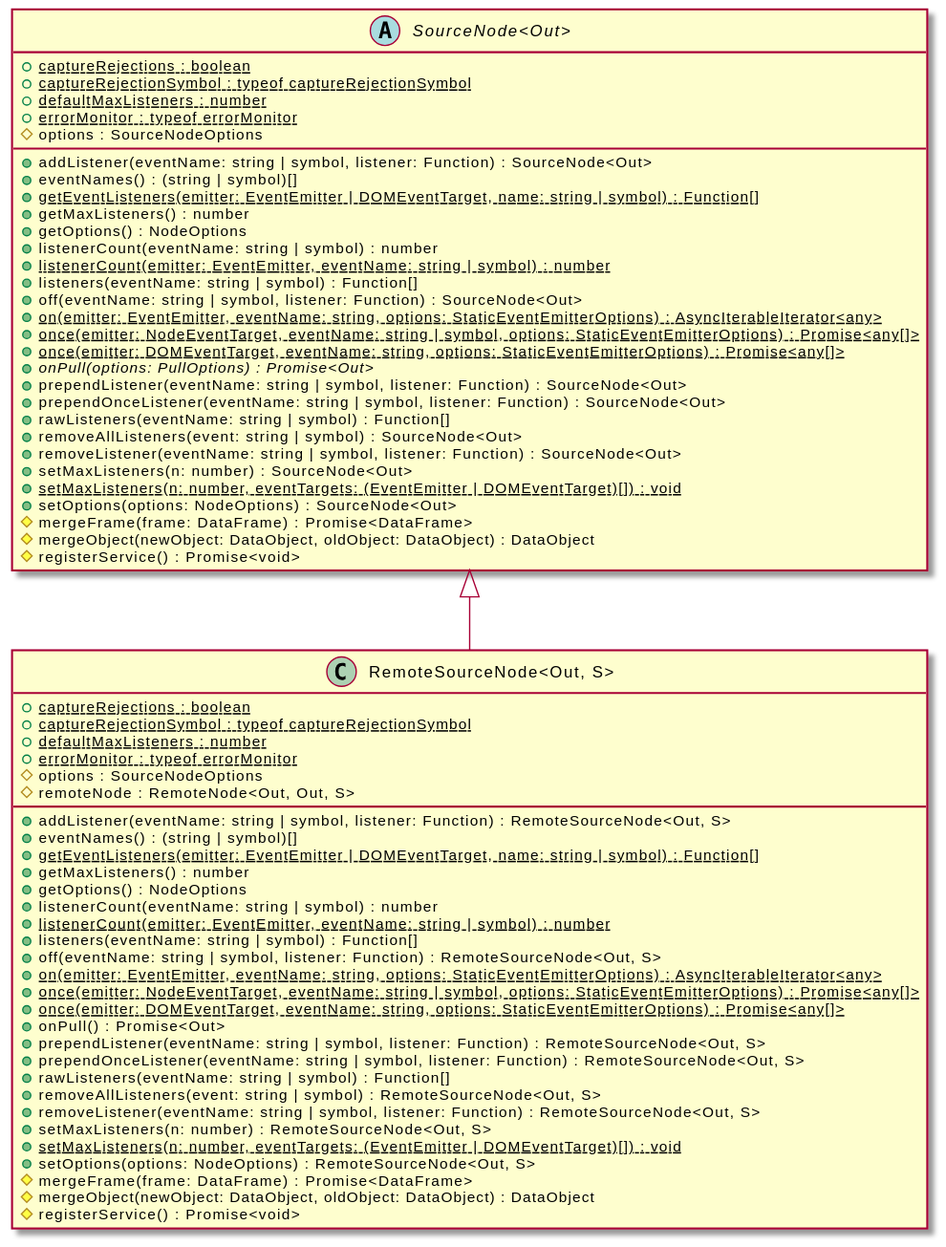
The PlantUML diagram assets/RemoteSourceNode-umlClassDiagram-12867.svg in OpenHPS/openhps-core, before a commit. Source of this version:
```plantuml
@startuml
skinparam BackgroundColor transparent
hide empty methods
hide empty fields
class "RemoteSourceNode<Out, S>" {
    {static} +captureRejections : boolean
    {static} +captureRejectionSymbol : typeof captureRejectionSymbol
    {static} +defaultMaxListeners : number
    {static} +errorMonitor : typeof errorMonitor
    #options : SourceNodeOptions
    #remoteNode : RemoteNode<Out, Out, S>
    +addListener(eventName: string | symbol, listener: Function) : RemoteSourceNode<Out, S>
    +eventNames() : (string | symbol)[]
    {static} +getEventListeners(emitter: EventEmitter | DOMEventTarget, name: string | symbol) : Function[]
    +getMaxListeners() : number
    +getOptions() : NodeOptions
    +listenerCount(eventName: string | symbol) : number
    {static} +listenerCount(emitter: EventEmitter, eventName: string | symbol) : number
    +listeners(eventName: string | symbol) : Function[]
    +off(eventName: string | symbol, listener: Function) : RemoteSourceNode<Out, S>
    {static} +on(emitter: EventEmitter, eventName: string, options: StaticEventEmitterOptions) : AsyncIterableIterator<any>
    {static} +once(emitter: NodeEventTarget, eventName: string | symbol, options: StaticEventEmitterOptions) : Promise<any[]>
    {static} +once(emitter: DOMEventTarget, eventName: string, options: StaticEventEmitterOptions) : Promise<any[]>
    +onPull() : Promise<Out>
    +prependListener(eventName: string | symbol, listener: Function) : RemoteSourceNode<Out, S>
    +prependOnceListener(eventName: string | symbol, listener: Function) : RemoteSourceNode<Out, S>
    +rawListeners(eventName: string | symbol) : Function[]
    +removeAllListeners(event: string | symbol) : RemoteSourceNode<Out, S>
    +removeListener(eventName: string | symbol, listener: Function) : RemoteSourceNode<Out, S>
    +setMaxListeners(n: number) : RemoteSourceNode<Out, S>
    {static} +setMaxListeners(n: number, eventTargets: (EventEmitter | DOMEventTarget)[]) : void
    +setOptions(options: NodeOptions) : RemoteSourceNode<Out, S>
    #mergeFrame(frame: DataFrame) : Promise<DataFrame>
    #mergeObject(newObject: DataObject, oldObject: DataObject) : DataObject
    #registerService() : Promise<void>
}
abstract class "SourceNode<Out>" {
    {static} +captureRejections : boolean
    {static} +captureRejectionSymbol : typeof captureRejectionSymbol
    {static} +defaultMaxListeners : number
    {static} +errorMonitor : typeof errorMonitor
    #options : SourceNodeOptions
    +addListener(eventName: string | symbol, listener: Function) : SourceNode<Out>
    +eventNames() : (string | symbol)[]
    {static} +getEventListeners(emitter: EventEmitter | DOMEventTarget, name: string | symbol) : Function[]
    +getMaxListeners() : number
    +getOptions() : NodeOptions
    +listenerCount(eventName: string | symbol) : number
    {static} +listenerCount(emitter: EventEmitter, eventName: string | symbol) : number
    +listeners(eventName: string | symbol) : Function[]
    +off(eventName: string | symbol, listener: Function) : SourceNode<Out>
    {static} +on(emitter: EventEmitter, eventName: string, options: StaticEventEmitterOptions) : AsyncIterableIterator<any>
    {static} +once(emitter: NodeEventTarget, eventName: string | symbol, options: StaticEventEmitterOptions) : Promise<any[]>
    {static} +once(emitter: DOMEventTarget, eventName: string, options: StaticEventEmitterOptions) : Promise<any[]>
    {abstract} +onPull(options: PullOptions) : Promise<Out>
    +prependListener(eventName: string | symbol, listener: Function) : SourceNode<Out>
    +prependOnceListener(eventName: string | symbol, listener: Function) : SourceNode<Out>
    +rawListeners(eventName: string | symbol) : Function[]
    +removeAllListeners(event: string | symbol) : SourceNode<Out>
    +removeListener(eventName: string | symbol, listener: Function) : SourceNode<Out>
    +setMaxListeners(n: number) : SourceNode<Out>
    {static} +setMaxListeners(n: number, eventTargets: (EventEmitter | DOMEventTarget)[]) : void
    +setOptions(options: NodeOptions) : SourceNode<Out>
    #mergeFrame(frame: DataFrame) : Promise<DataFrame>
    #mergeObject(newObject: DataObject, oldObject: DataObject) : DataObject
    #registerService() : Promise<void>
}
"SourceNode<Out>" <|-- "RemoteSourceNode<Out, S>"
@enduml
```
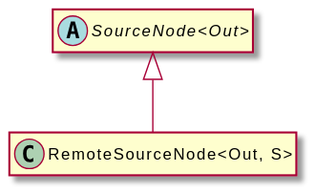
Above is the later version.

Change to the diagram source:
```diff
@@ -3,67 +3,8 @@
 hide empty methods
 hide empty fields
 class "RemoteSourceNode<Out, S>" {
-    {static} +captureRejections : boolean
-    {static} +captureRejectionSymbol : typeof captureRejectionSymbol
-    {static} +defaultMaxListeners : number
-    {static} +errorMonitor : typeof errorMonitor
-    #options : SourceNodeOptions
-    #remoteNode : RemoteNode<Out, Out, S>
-    +addListener(eventName: string | symbol, listener: Function) : RemoteSourceNode<Out, S>
-    +eventNames() : (string | symbol)[]
-    {static} +getEventListeners(emitter: EventEmitter | DOMEventTarget, name: string | symbol) : Function[]
-    +getMaxListeners() : number
-    +getOptions() : NodeOptions
-    +listenerCount(eventName: string | symbol) : number
-    {static} +listenerCount(emitter: EventEmitter, eventName: string | symbol) : number
-    +listeners(eventName: string | symbol) : Function[]
-    +off(eventName: string | symbol, listener: Function) : RemoteSourceNode<Out, S>
-    {static} +on(emitter: EventEmitter, eventName: string, options: StaticEventEmitterOptions) : AsyncIterableIterator<any>
-    {static} +once(emitter: NodeEventTarget, eventName: string | symbol, options: StaticEventEmitterOptions) : Promise<any[]>
-    {static} +once(emitter: DOMEventTarget, eventName: string, options: StaticEventEmitterOptions) : Promise<any[]>
-    +onPull() : Promise<Out>
-    +prependListener(eventName: string | symbol, listener: Function) : RemoteSourceNode<Out, S>
-    +prependOnceListener(eventName: string | symbol, listener: Function) : RemoteSourceNode<Out, S>
-    +rawListeners(eventName: string | symbol) : Function[]
-    +removeAllListeners(event: string | symbol) : RemoteSourceNode<Out, S>
-    +removeListener(eventName: string | symbol, listener: Function) : RemoteSourceNode<Out, S>
-    +setMaxListeners(n: number) : RemoteSourceNode<Out, S>
-    {static} +setMaxListeners(n: number, eventTargets: (EventEmitter | DOMEventTarget)[]) : void
-    +setOptions(options: NodeOptions) : RemoteSourceNode<Out, S>
-    #mergeFrame(frame: DataFrame) : Promise<DataFrame>
-    #mergeObject(newObject: DataObject, oldObject: DataObject) : DataObject
-    #registerService() : Promise<void>
 }
 abstract class "SourceNode<Out>" {
-    {static} +captureRejections : boolean
-    {static} +captureRejectionSymbol : typeof captureRejectionSymbol
-    {static} +defaultMaxListeners : number
-    {static} +errorMonitor : typeof errorMonitor
-    #options : SourceNodeOptions
-    +addListener(eventName: string | symbol, listener: Function) : SourceNode<Out>
-    +eventNames() : (string | symbol)[]
-    {static} +getEventListeners(emitter: EventEmitter | DOMEventTarget, name: string | symbol) : Function[]
-    +getMaxListeners() : number
-    +getOptions() : NodeOptions
-    +listenerCount(eventName: string | symbol) : number
-    {static} +listenerCount(emitter: EventEmitter, eventName: string | symbol) : number
-    +listeners(eventName: string | symbol) : Function[]
-    +off(eventName: string | symbol, listener: Function) : SourceNode<Out>
-    {static} +on(emitter: EventEmitter, eventName: string, options: StaticEventEmitterOptions) : AsyncIterableIterator<any>
-    {static} +once(emitter: NodeEventTarget, eventName: string | symbol, options: StaticEventEmitterOptions) : Promise<any[]>
-    {static} +once(emitter: DOMEventTarget, eventName: string, options: StaticEventEmitterOptions) : Promise<any[]>
-    {abstract} +onPull(options: PullOptions) : Promise<Out>
-    +prependListener(eventName: string | symbol, listener: Function) : SourceNode<Out>
-    +prependOnceListener(eventName: string | symbol, listener: Function) : SourceNode<Out>
-    +rawListeners(eventName: string | symbol) : Function[]
-    +removeAllListeners(event: string | symbol) : SourceNode<Out>
-    +removeListener(eventName: string | symbol, listener: Function) : SourceNode<Out>
-    +setMaxListeners(n: number) : SourceNode<Out>
-    {static} +setMaxListeners(n: number, eventTargets: (EventEmitter | DOMEventTarget)[]) : void
-    +setOptions(options: NodeOptions) : SourceNode<Out>
-    #mergeFrame(frame: DataFrame) : Promise<DataFrame>
-    #mergeObject(newObject: DataObject, oldObject: DataObject) : DataObject
-    #registerService() : Promise<void>
 }
 "SourceNode<Out>" <|-- "RemoteSourceNode<Out, S>"
 @enduml
```
